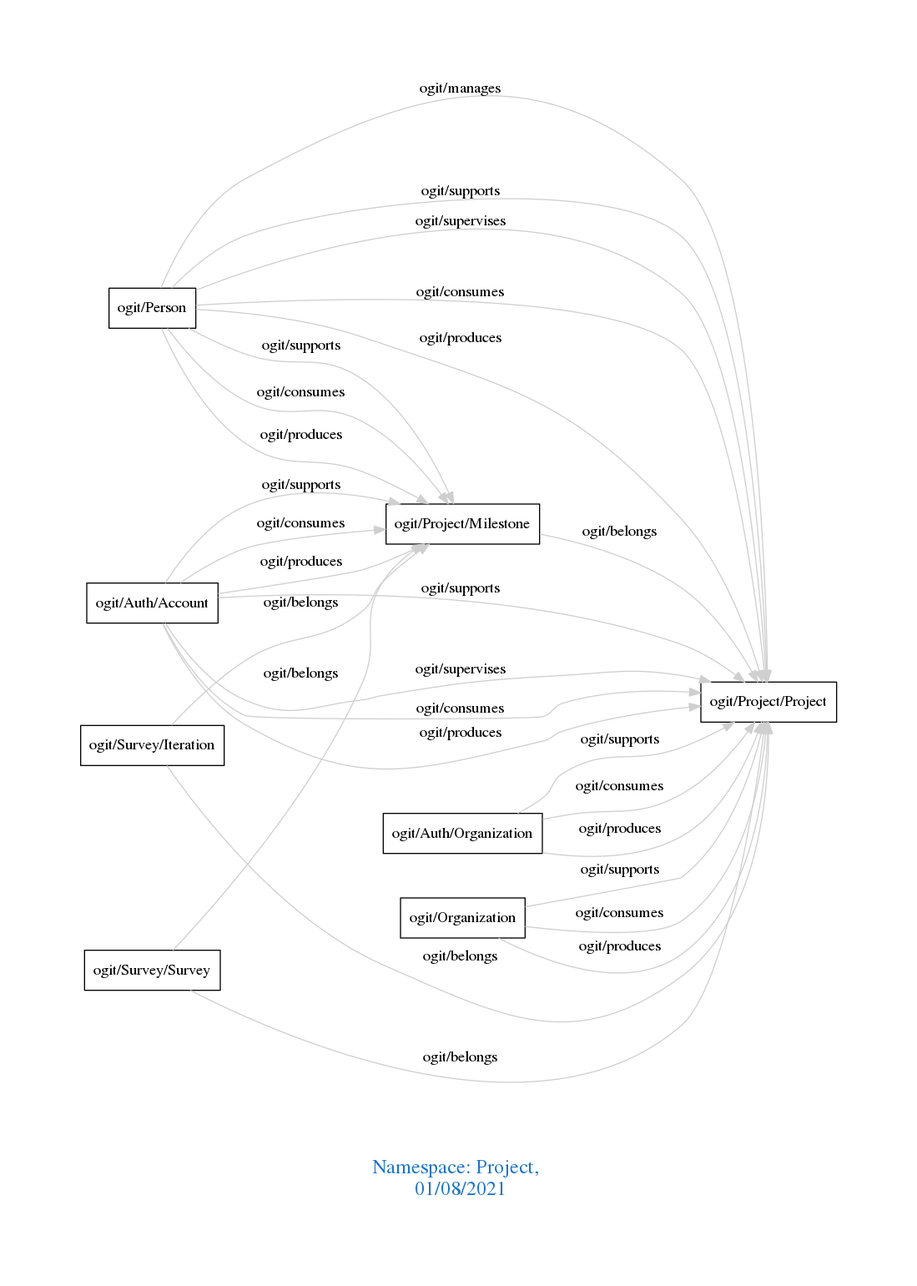
This is downloads/Project.png from arago/OGIT, a Graphviz export, as it was before one commit. Its source is kept beside it as downloads/Project.dot.
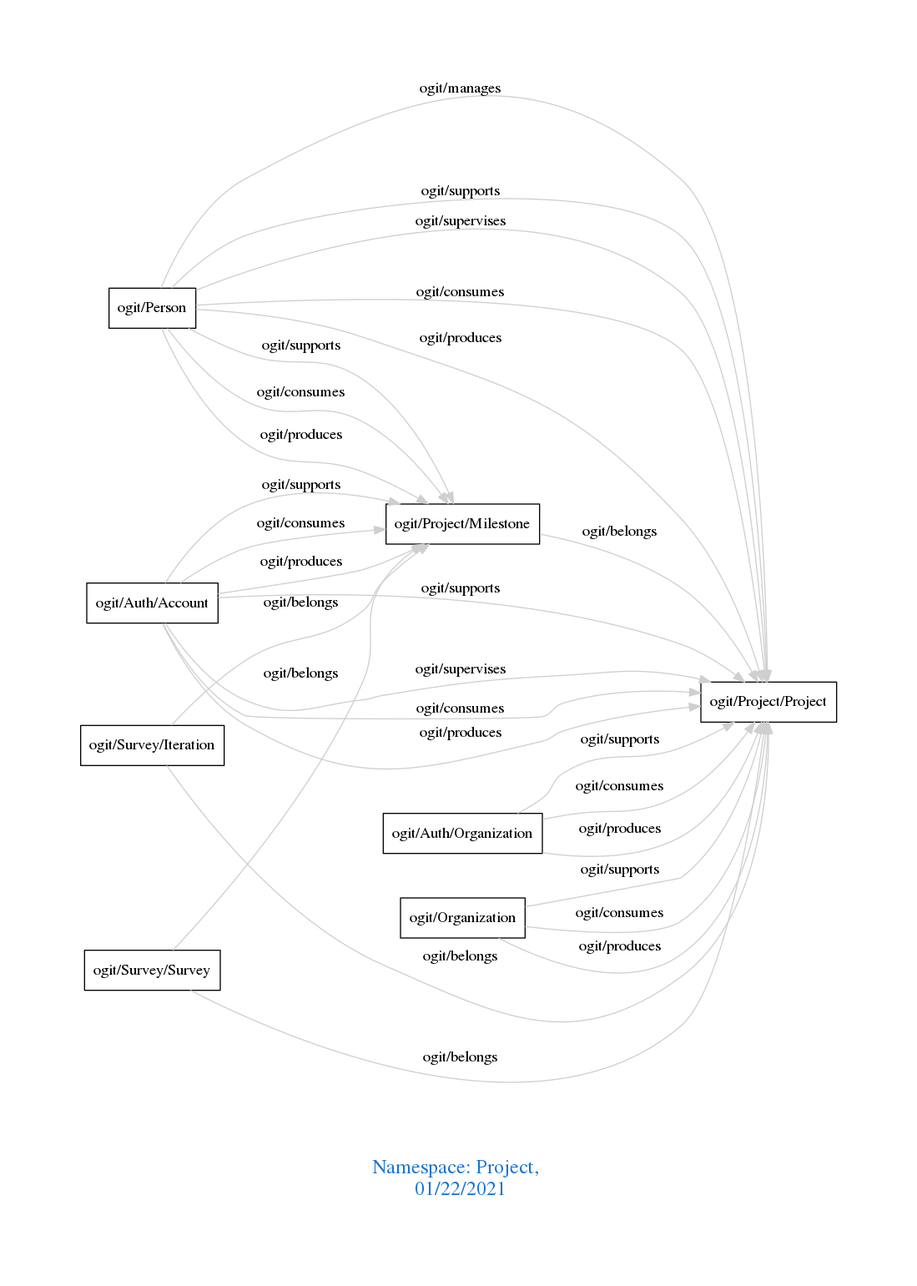
Later version of the same file.

Change to the diagram source:
```diff
@@ -1,7 +1,7 @@
 digraph OGIT_ontology {
  graph [ rankdir= LR,pad=1
 fontsize = 18,
-fontcolor= dodgerblue3,label = "\n\n\nNamespace: Project, \n 01/08/2021"];
+fontcolor= dodgerblue3,label = "\n\n\nNamespace: Project, \n 01/22/2021"];
 node[shape=polygon];
 edge [  color="gray81"];
 
```
